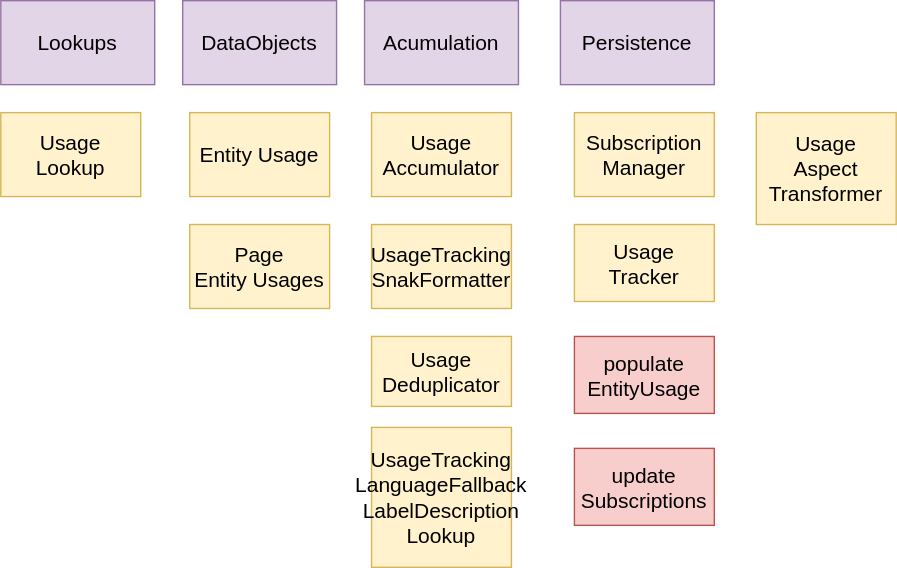
wmde/wikidata-wikibase-architecture keeps this draw.io diagram as systems/WikibaseClient/diagrams/05-entitychangenotifications-usage.drawio.svg. Above is the earlier version. Source tidied: cells renumbered, new cells last; positions are measured from the earlier drawing's top-left corner, leaving out a move shared by most shapes.
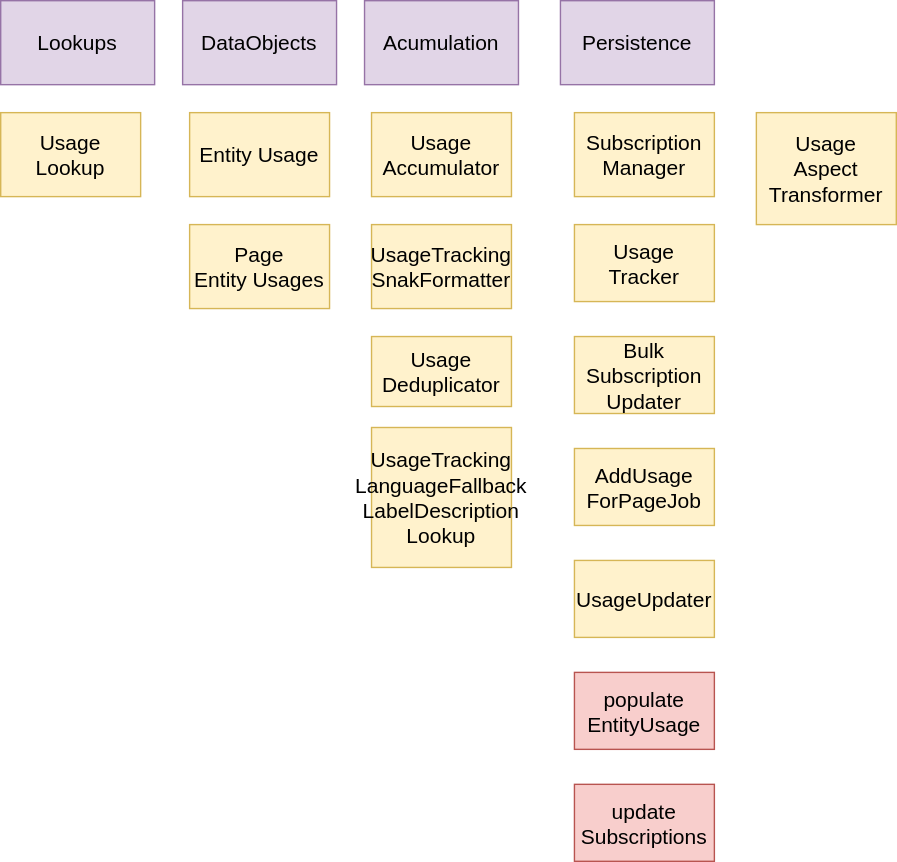
After the commit.

Commit message:
Turn Usage Tracking into a top level building block

Change to the diagram source:
```diff
@@ -45,10 +45,19 @@
       <mxGeometry width="110" height="60" as="geometry" />
     </mxCell>
     <mxCell id="16" value="populate&#10;EntityUsage" style="fillColor=#f8cecc;strokeColor=#b85450;fontSize=15;fontStyle=0;" parent="1" vertex="1">
-      <mxGeometry x="410" y="240" width="100" height="55" as="geometry" />
+      <mxGeometry x="410" y="480" width="100" height="55" as="geometry" />
     </mxCell>
     <mxCell id="17" value="update&#10;Subscriptions" style="fillColor=#f8cecc;strokeColor=#b85450;fontSize=15;fontStyle=0;align=center;" parent="1" vertex="1">
-      <mxGeometry x="410" y="320" width="100" height="55" as="geometry" />
+      <mxGeometry x="410" y="560" width="100" height="55" as="geometry" />
     </mxCell>
+    <mxCell id="18" value="Bulk&lt;br&gt;Subscription&lt;br&gt;Updater" style="whiteSpace=wrap;html=1;fillColor=#fff2cc;strokeColor=#d6b656;fontSize=15;fontStyle=0;" parent="1" vertex="1">
+      <mxGeometry x="410" y="240" width="100" height="55" as="geometry" />
+    </mxCell>
+    <mxCell id="19" value="AddUsage&lt;br&gt;ForPageJob" style="whiteSpace=wrap;html=1;fillColor=#fff2cc;strokeColor=#d6b656;fontSize=15;fontStyle=0;" parent="1" vertex="1">
+      <mxGeometry x="410" y="320" width="100" height="55" as="geometry" />
+    </mxCell>
+    <mxCell id="20" value="UsageUpdater" style="whiteSpace=wrap;html=1;fillColor=#fff2cc;strokeColor=#d6b656;fontSize=15;fontStyle=0;" parent="1" vertex="1">
+      <mxGeometry x="410" y="400" width="100" height="55" as="geometry" />
+    </mxCell>
   </root>
 </mxGraphModel>
```
